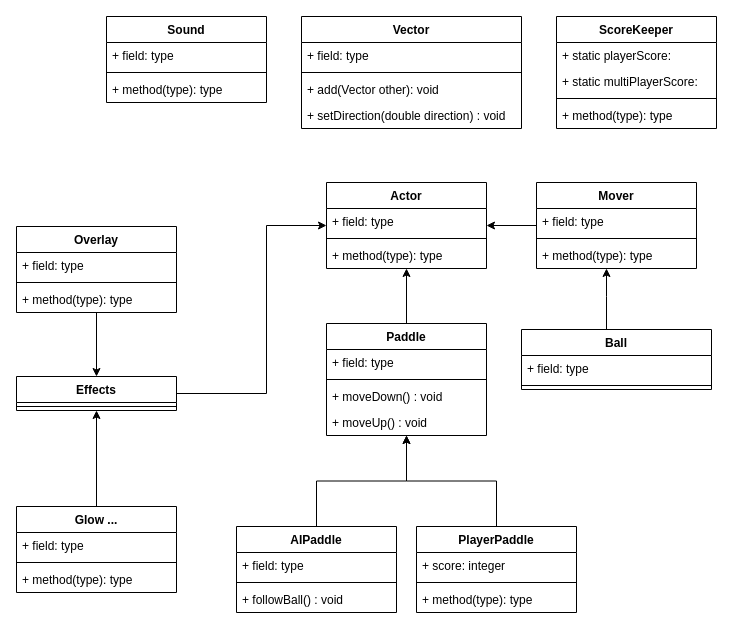
Before: Untitled Diagram.drawio.xml in sandbxk/test, a draw.io diagram. Source tidied: cells renumbered, new cells numbered last; positions are measured from the earlier drawing's top-left corner, leaving out a move shared by most shapes. Both pictures are drawn from the tidied source at 100%, with x=0, y=0 at pixel (16, 16).
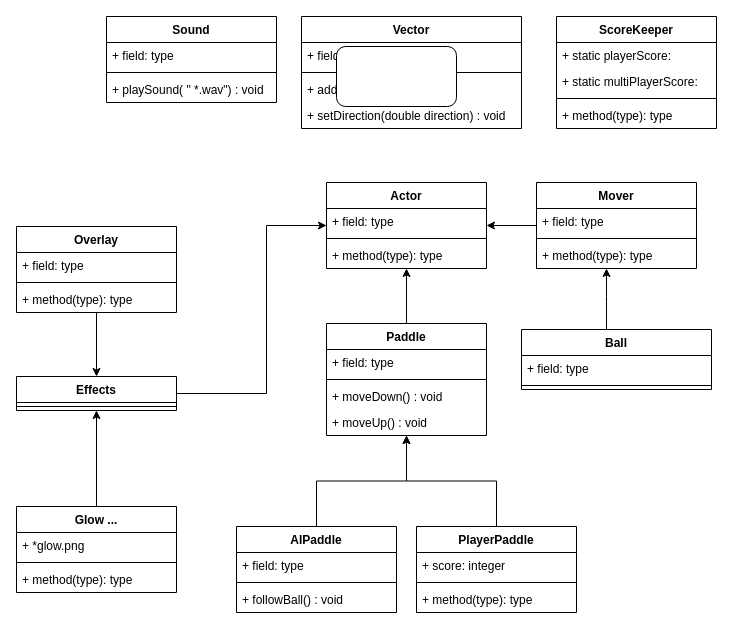
Above is the later version.

Commit message:
added operation to sound class

The change refers to these unchanged cells:
```xml
<mxCell id="34" value="Glow ..." style="swimlane;fontStyle=1;align=center;verticalAlign=top;horizontal=1;startSize=26;" parent="1" vertex="1">
  <mxGeometry y="490" width="160" height="86" as="geometry" />
</mxCell>
```

The edit, as a diff of the source:
```diff
@@
     <mxCell id="26" value="Sound" style="swimlane;fontStyle=1;align=center;verticalAlign=top;horizontal=1;startSize=26;" parent="1" vertex="1">
-      <mxGeometry x="90" width="160" height="86" as="geometry" />
+      <mxGeometry x="90" width="170" height="86" as="geometry" />
     </mxCell>
     <mxCell id="27" value="+ field: type" style="text;strokeColor=none;fillColor=none;align=left;verticalAlign=top;spacingLeft=4;spacingRight=4;overflow=hidden;" parent="26" vertex="1">
-      <mxGeometry y="26" width="160" height="26" as="geometry" />
+      <mxGeometry y="26" width="170" height="26" as="geometry" />
     </mxCell>
     <mxCell id="28" style="line;strokeWidth=1;fillColor=none;align=left;verticalAlign=middle;spacingTop=-1;spacingLeft=3;spacingRight=3;labelPosition=right;" parent="26" vertex="1">
-      <mxGeometry y="52" width="160" height="8" as="geometry" />
+      <mxGeometry y="52" width="170" height="8" as="geometry" />
     </mxCell>
-    <mxCell id="29" value="+ method(type): type" style="text;strokeColor=none;fillColor=none;align=left;verticalAlign=top;spacingLeft=4;spacingRight=4;overflow=hidden;" parent="26" vertex="1">
-      <mxGeometry y="60" width="160" height="26" as="geometry" />
+    <mxCell id="29" value="+ playSound( &quot; *.wav&quot;) : void" style="text;strokeColor=none;fillColor=none;align=left;verticalAlign=top;spacingLeft=4;spacingRight=4;overflow=hidden;" parent="26" vertex="1">
+      <mxGeometry y="60" width="170" height="26" as="geometry" />
     </mxCell>
@@
-    <mxCell id="35" value="+ field: type" style="text;strokeColor=none;fillColor=none;align=left;verticalAlign=top;spacingLeft=4;spacingRight=4;overflow=hidden;" parent="34" vertex="1">
+    <mxCell id="35" value="+ *glow.png" style="text;strokeColor=none;fillColor=none;align=left;verticalAlign=top;spacingLeft=4;spacingRight=4;overflow=hidden;" parent="34" vertex="1">
       <mxGeometry y="26" width="160" height="26" as="geometry" />
     </mxCell>
@@
+    <mxCell id="58" style="rounded=1;whiteSpace=wrap;html=1;" parent="1" vertex="1">
+      <mxGeometry x="320" y="30" width="120" height="60" as="geometry" />
+    </mxCell>
```
